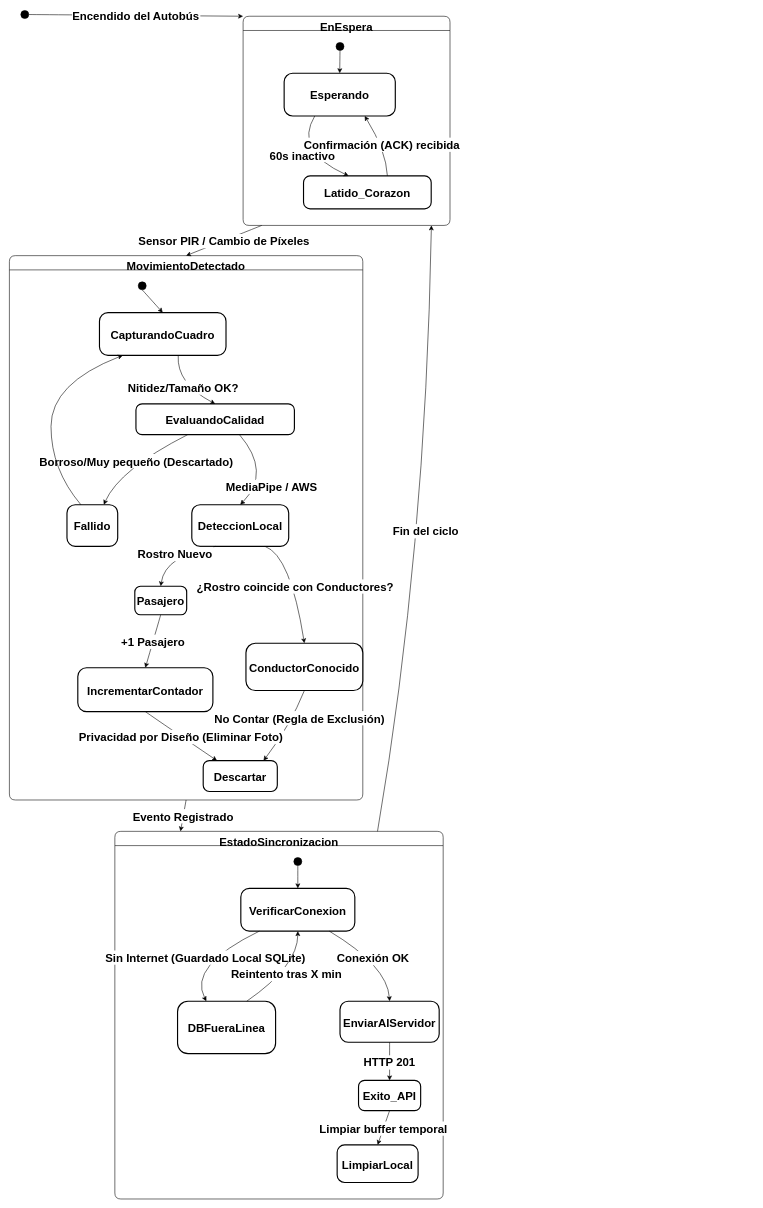
angelopol/transport-admin keeps this draw.io diagram as diagrama_estados_iot.drawio. Above is the earlier version. Source tidied: cells renumbered, new cells numbered last; positions are measured from the earlier drawing's top-left corner, leaving out a move shared by most shapes. Both pictures are drawn from the tidied source at 57%, with x=0, y=0 at pixel (9, 10).
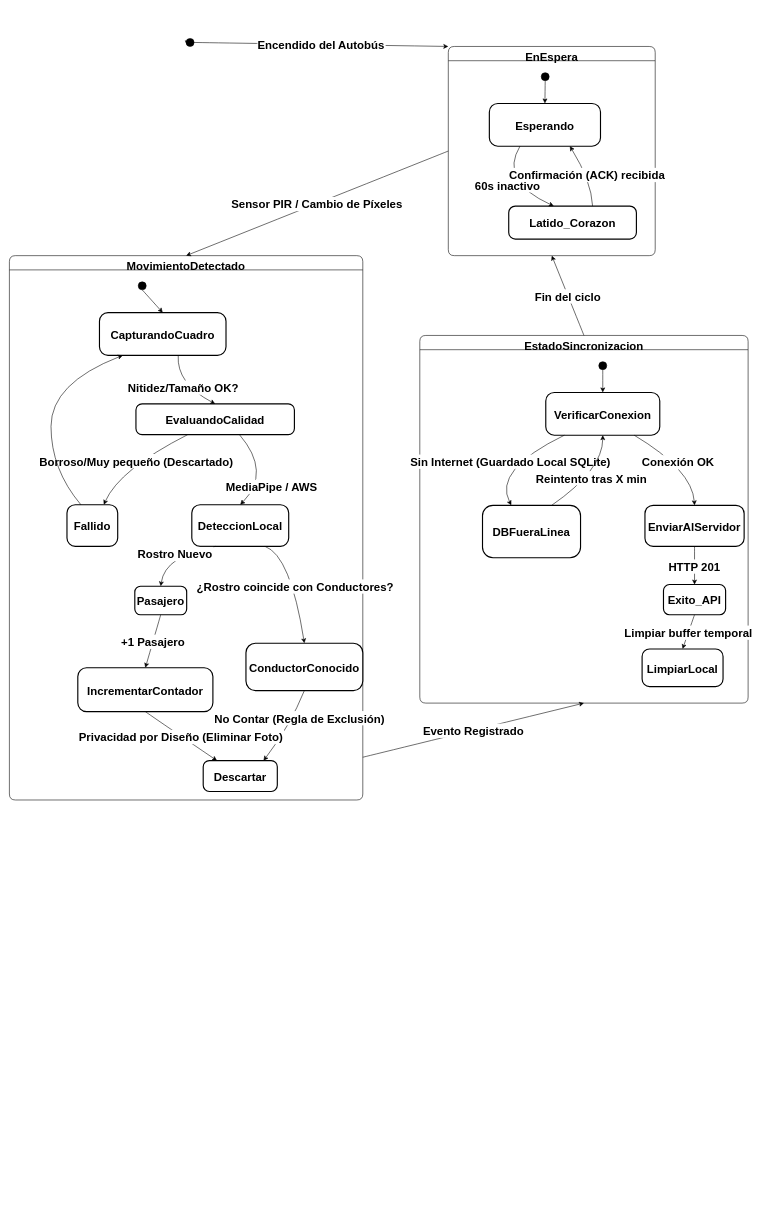
After the change.

The change refers to these unchanged cells:
```xml
<mxCell id="9" value="MovimientoDetectado" style="swimlane;fontStyle=1;align=center;verticalAlign=middle;startSize=25;rounded=1;arcSize=14;verticalAlign=top;fontSize=20;" parent="1" vertex="1">
  <mxGeometry y="430" width="620" height="955" as="geometry" />
</mxCell>
```

What changed in the source:
```diff
@@
     <mxCell id="2" value="EnEspera" style="swimlane;fontStyle=1;align=center;verticalAlign=middle;startSize=25;rounded=1;arcSize=14;verticalAlign=top;fontSize=20;" parent="1" vertex="1">
-      <mxGeometry x="410" y="10" width="363" height="367" as="geometry" />
+      <mxGeometry x="770" y="63" width="363" height="367" as="geometry" />
     </mxCell>
@@
     <mxCell id="29" value="EstadoSincronizacion" style="swimlane;fontStyle=1;align=center;verticalAlign=middle;startSize=25;rounded=1;arcSize=14;verticalAlign=top;fontSize=20;" parent="1" vertex="1">
-      <mxGeometry x="185" y="1440" width="576" height="645" as="geometry" />
+      <mxGeometry x="720" y="570" width="576" height="645" as="geometry" />
     </mxCell>
@@
-    <mxCell id="43" value="Sensor PIR / Cambio de Píxeles" style="curved=1;startArrow=none;exitX=0.09;exitY=1;entryX=0.5;entryY=0;rounded=0;fontSize=20;fontStyle=1;" parent="1" edge="1" source="2" target="9">
+    <mxCell id="43" value="Sensor PIR / Cambio de Píxeles" style="curved=1;startArrow=none;exitX=0;exitY=0.5;entryX=0.5;entryY=0;rounded=0;fontSize=20;fontStyle=1;exitDx=0;exitDy=0;" parent="1" edge="1" source="2" target="9">
       <mxGeometry relative="1" as="geometry" />
     </mxCell>
-    <mxCell id="44" value="Evento Registrado" style="curved=1;startArrow=none;exitX=0.5;exitY=1;entryX=0.2;entryY=0;rounded=0;fontSize=20;fontStyle=1;" parent="1" edge="1" source="9" target="29">
-      <mxGeometry relative="1" as="geometry" />
+    <mxCell id="44" value="Evento Registrado" style="curved=1;startArrow=none;entryX=0.5;entryY=1;rounded=0;fontSize=20;fontStyle=1;entryDx=0;entryDy=0;" parent="1" edge="1" target="29">
+      <mxGeometry relative="1" as="geometry">
+        <mxPoint x="620" y="1310" as="sourcePoint" />
+      </mxGeometry>
     </mxCell>
-    <mxCell id="45" value="Fin del ciclo" style="curved=1;startArrow=none;exitX=0.8;exitY=0;entryX=0.91;entryY=1;rounded=0;fontSize=20;fontStyle=1;" parent="1" edge="1" source="29" target="2">
-      <mxGeometry relative="1" as="geometry">
-        <Array as="points">
-          <mxPoint x="730" y="950" />
-        </Array>
-      </mxGeometry>
+    <mxCell id="45" value="Fin del ciclo" style="curved=1;startArrow=none;exitX=0.5;exitY=0;entryX=0.5;entryY=1;rounded=0;fontSize=20;fontStyle=1;exitDx=0;exitDy=0;entryDx=0;entryDy=0;" parent="1" edge="1" source="29" target="2">
+      <mxGeometry relative="1" as="geometry" />
     </mxCell>
-    <mxCell id="46" style="curved=1;startArrow=none;exitX=0.48;exitY=1;entryX=0;entryY=0;rounded=0;entryDx=0;entryDy=0;fontSize=20;fontStyle=1;" parent="1" edge="1" target="47">
-      <mxGeometry relative="1" as="geometry">
-        <mxPoint x="30" y="10" as="sourcePoint" />
-      </mxGeometry>
-    </mxCell>
     <mxCell id="47" style="ellipse;fillColor=strokeColor;fontSize=20;fontStyle=1;" parent="1" vertex="1">
-      <mxGeometry x="20" width="14" height="14" as="geometry" />
+      <mxGeometry x="310" y="49" width="14" height="14" as="geometry" />
     </mxCell>
+    <mxCell id="48" style="edgeStyle=orthogonalEdgeStyle;rounded=0;orthogonalLoop=1;jettySize=auto;html=1;exitX=0;exitY=0;exitDx=0;exitDy=0;entryX=0;entryY=1;entryDx=0;entryDy=0;" parent="1" edge="1" source="47" target="47">
+      <mxGeometry relative="1" as="geometry" />
+    </mxCell>
```
